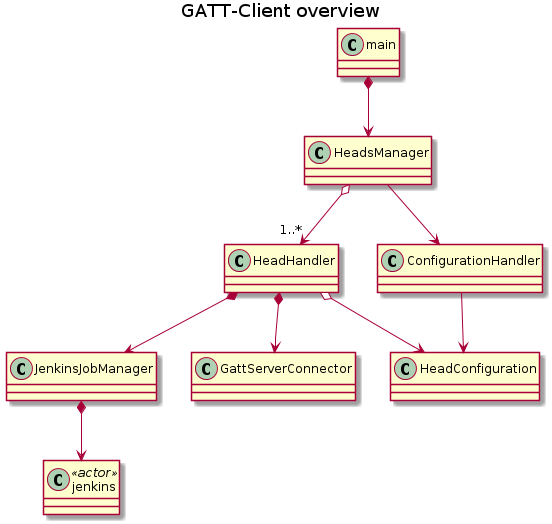
This is BLE-GATT-Client/doc/diagrams/out/ClassDiagramOverview/GATT-Client_overview.png from EugenWiens/jenkins-head, a PlantUML export, as it was before one commit.
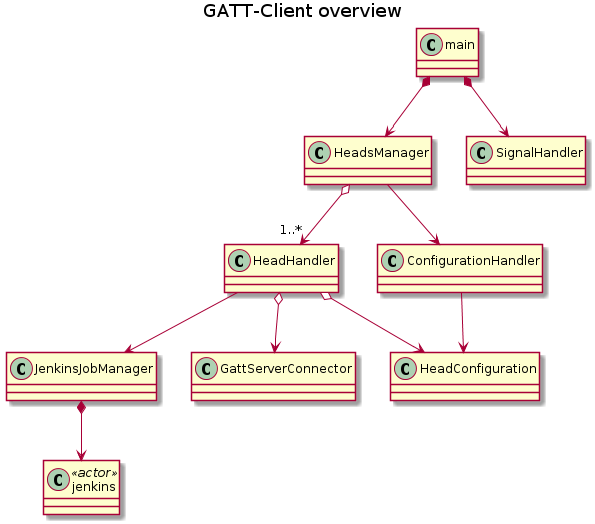
After the commit.

Commit message:
added SignalHandler to catch SIGTERM

Diff of the diagram source:
```diff
@@ -4,13 +4,14 @@
 
 class jenkins <<actor>>
 
-HeadHandler *--> JenkinsJobManager
+HeadHandler --> JenkinsJobManager
 HeadHandler o--> HeadConfiguration
+HeadHandler o--> GattServerConnector
 JenkinsJobManager *--> jenkins
 HeadsManager o--> "1..*" HeadHandler
-HeadHandler *--> GattServerConnector
 
 main *--> HeadsManager
+main *--> SignalHandler
 HeadsManager --> ConfigurationHandler
 ConfigurationHandler --> HeadConfiguration
 
```
